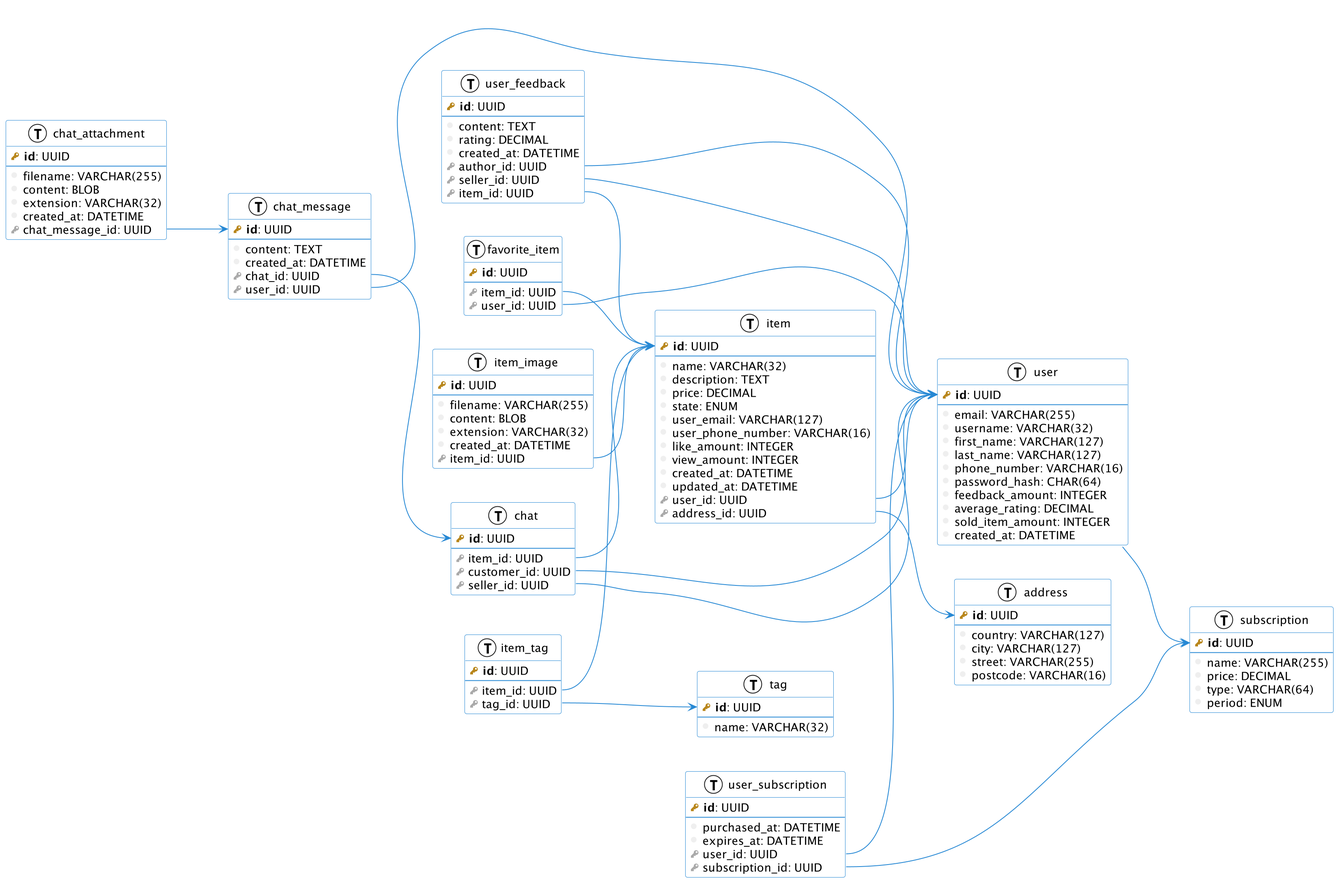
The PlantUML diagram images/db.png in danilshvalov/databases-lab, before a commit.
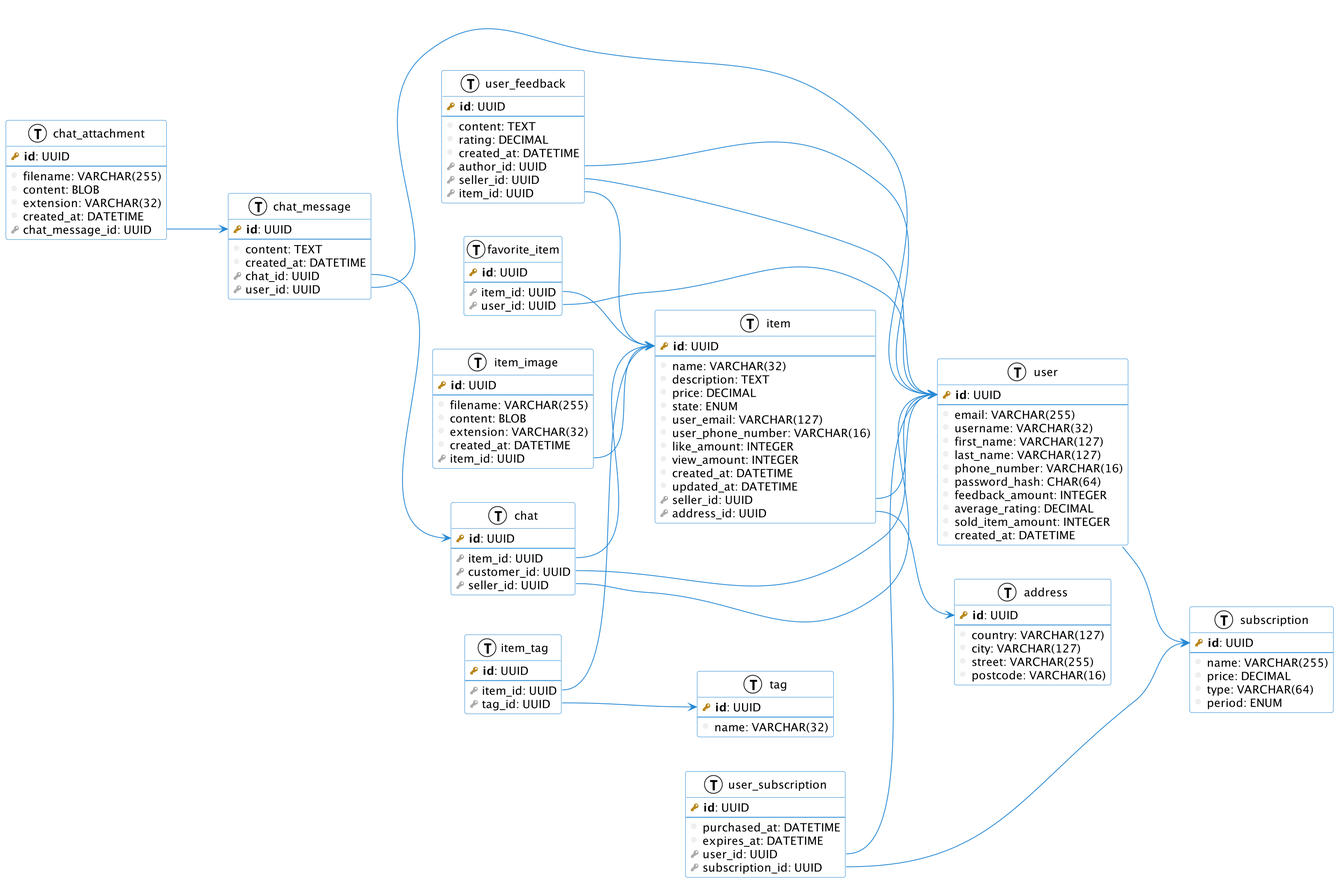
After the change.

Commit message:
ref(db): rename `user_id` to `seller_id` in item

Change to the diagram source:
```diff
@@ -75,9 +75,12 @@
     column(view_amount): INTEGER
     column(created_at): DATETIME
     column(updated_at): DATETIME
-    foreign_key(user_id): UUID
+    foreign_key(seller_id): UUID
     foreign_key(address_id): UUID
 }
+
+item::seller_id --> user::id
+item::address_id --> address::id
 
 
 table(user_feedback) {
@@ -100,9 +103,6 @@
     --
     column(name): VARCHAR(32)
 }
-
-item::user_id --> user::id
-item::address_id --> address::id
 
 table(item_tag) {
     primary_key(id): UUID
```
